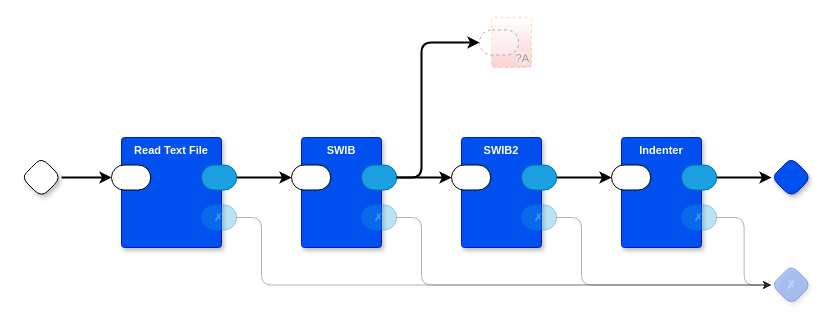
Before: page "main" (1 of 4) of das2json.drawio in guitarvydas/das2json, a draw.io diagram. Source tidied: cells renumbered, new cells numbered last; positions are measured from the earlier drawing's top-left corner, leaving out a move shared by most shapes. Both pictures are drawn from the tidied source at 100%, with x=0, y=0 at pixel (21, 17).
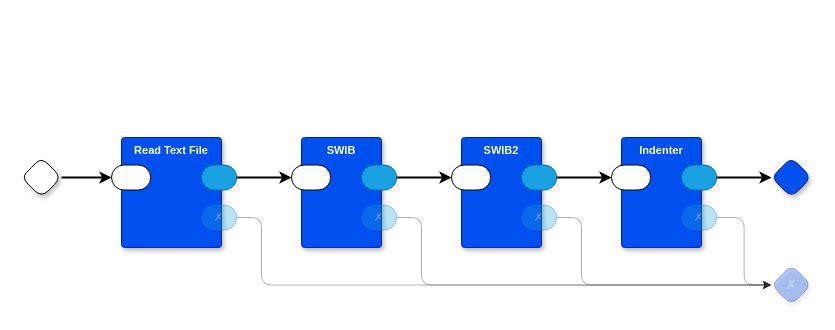
After the change.

Unchanged cells that the change refers to:
```xml
<mxCell id="8" style="rounded=1;whiteSpace=wrap;sketch=0;points=[[0,0.5,0,0,0],[1,0.5,0,0,0]];fillColor=#1ba1e2;fontColor=#ffffff;strokeColor=#006EAF;arcSize=50;fontFamily=Helvetica;fontSize=11;labelBackgroundColor=none;" parent="6" vertex="1">
  <mxGeometry x="60" y="27.5" width="35.2" height="25" as="geometry" />
</mxCell>
```

Diff of the diagram source:
```diff
@@
-    <mxCell id="29" value="?A" style="rounded=1;whiteSpace=wrap;html=1;sketch=0;verticalAlign=bottom;arcSize=6;fontStyle=0;absoluteArcSize=1;shadow=0;strokeColor=#d79b00;fillColor=#FFFFFF;fontFamily=Helvetica;fontSize=11;dashed=1;opacity=30;align=right;textOpacity=30;gradientColor=#EA6B66;fontColor=default;labelBackgroundColor=default;" parent="1" vertex="1">
-      <mxGeometry x="470" width="40" height="50" as="geometry" />
-    </mxCell>
-    <mxCell id="30" style="rounded=1;whiteSpace=wrap;html=1;sketch=0;points=[[0,0.5,0,0,0],[1,0.5,0,0,0]];arcSize=50;fontFamily=Helvetica;fontSize=11;fontColor=default;dashed=1;textOpacity=50;opacity=30;fontStyle=0;labelBackgroundColor=default;" parent="29" vertex="1">
-      <mxGeometry x="-12" y="12.5" width="39.2" height="25" as="geometry" />
-    </mxCell>
-    <mxCell id="31" style="edgeStyle=orthogonalEdgeStyle;curved=0;rounded=1;jettySize=auto;html=1;exitX=1;exitY=0.5;exitDx=0;exitDy=0;exitPerimeter=0;entryX=0;entryY=0.5;entryDx=0;entryDy=0;entryPerimeter=0;strokeColor=default;strokeWidth=2;align=center;verticalAlign=middle;fontFamily=Helvetica;fontSize=11;fontColor=default;labelBackgroundColor=default;endArrow=classic;" parent="1" edge="1" source="8" target="30">
-      <mxGeometry relative="1" as="geometry">
-        <Array as="points">
-          <mxPoint x="400" y="160" />
-          <mxPoint x="400" y="25" />
-        </Array>
-      </mxGeometry>
-    </mxCell>
```
